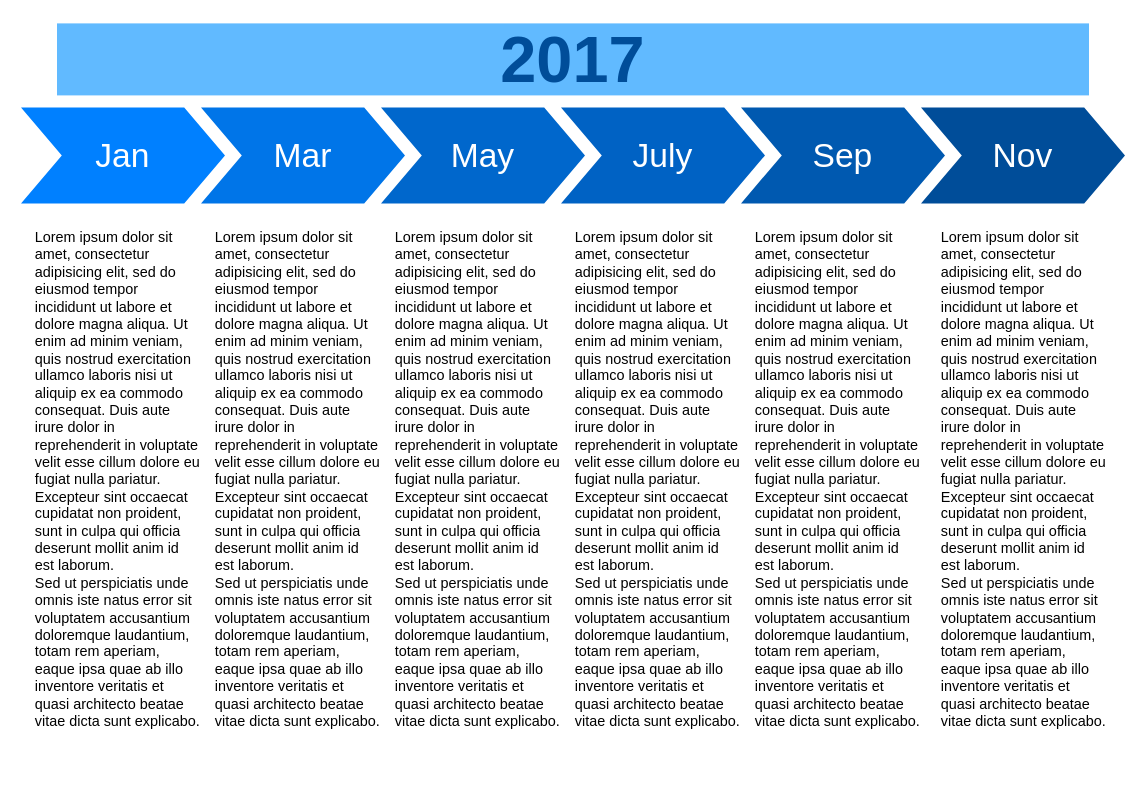
Before: postgraduation/test_time_sch.drawio in Thesoul20/daily-work, a draw.io diagram. Source tidied: cells renumbered, new cells numbered last; positions are measured from the earlier drawing's top-left corner, leaving out a move shared by most shapes. Both pictures are drawn from the tidied source at 120%, with x=0, y=0 at pixel (20, 23).
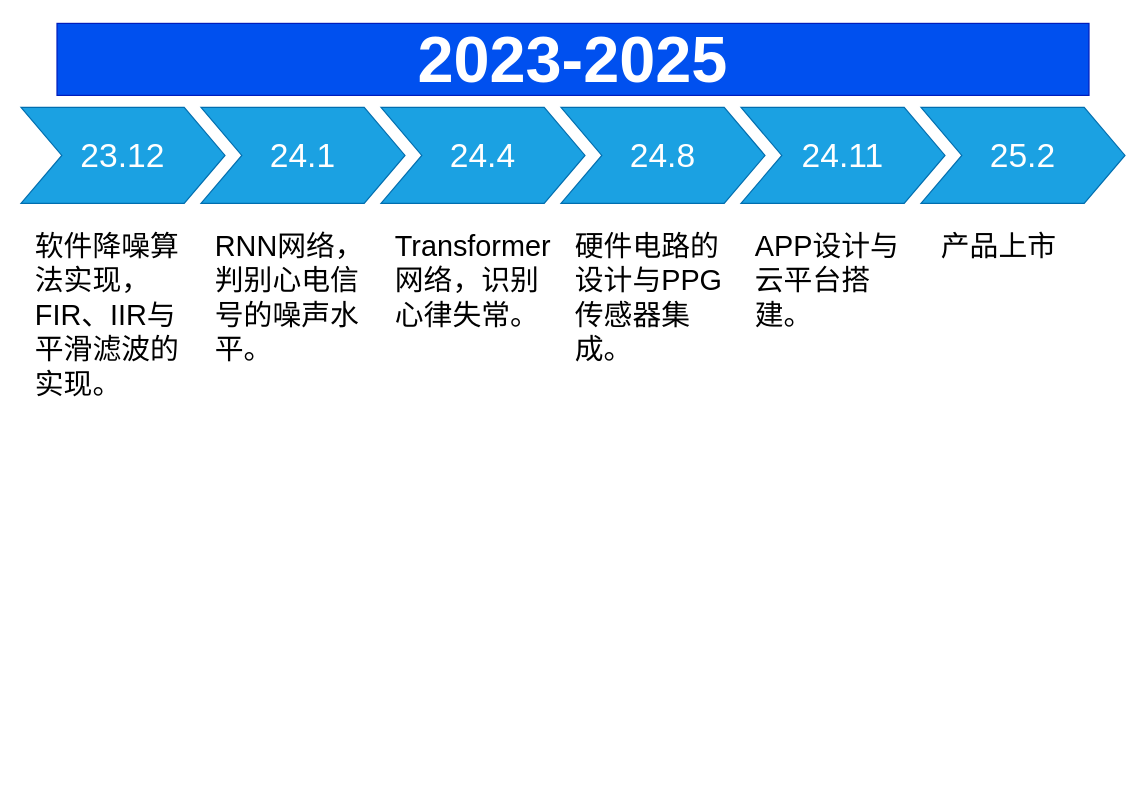
Above is the later version.

Commit message:
complete the design of schedule with in the class of 2023 sensor

Diff of the diagram source:
```diff
@@
 <mxGraphModel>
   <root>
     <mxCell id="0" />
     <mxCell id="1" parent="0" />
-    <mxCell id="2" value="Jan" style="shape=step;whiteSpace=wrap;html=1;fontSize=28;fillColor=#0080FF;fontColor=#FFFFFF;strokeColor=none;" parent="1" vertex="1">
+    <mxCell id="2" value="23.12" style="shape=step;whiteSpace=wrap;html=1;fontSize=28;fillColor=#1ba1e2;fontColor=#ffffff;strokeColor=#006EAF;" parent="1" vertex="1">
       <mxGeometry y="70" width="170" height="80" as="geometry" />
     </mxCell>
-    <mxCell id="3" value="Mar" style="shape=step;whiteSpace=wrap;html=1;fontSize=28;fillColor=#0075E8;fontColor=#FFFFFF;strokeColor=none;" parent="1" vertex="1">
+    <mxCell id="3" value="24.1" style="shape=step;whiteSpace=wrap;html=1;fontSize=28;fillColor=#1ba1e2;fontColor=#ffffff;strokeColor=#006EAF;" parent="1" vertex="1">
       <mxGeometry x="150" y="70" width="170" height="80" as="geometry" />
     </mxCell>
-    <mxCell id="4" value="May" style="shape=step;whiteSpace=wrap;html=1;fontSize=28;fillColor=#0067CC;fontColor=#FFFFFF;strokeColor=none;" parent="1" vertex="1">
+    <mxCell id="4" value="24.4" style="shape=step;whiteSpace=wrap;html=1;fontSize=28;fillColor=#1ba1e2;fontColor=#ffffff;strokeColor=#006EAF;" parent="1" vertex="1">
       <mxGeometry x="300" y="70" width="170" height="80" as="geometry" />
     </mxCell>
-    <mxCell id="5" value="July" style="shape=step;whiteSpace=wrap;html=1;fontSize=28;fillColor=#0062C4;fontColor=#FFFFFF;strokeColor=none;" parent="1" vertex="1">
+    <mxCell id="5" value="24.8" style="shape=step;whiteSpace=wrap;html=1;fontSize=28;fillColor=#1ba1e2;fontColor=#ffffff;strokeColor=#006EAF;" parent="1" vertex="1">
       <mxGeometry x="450" y="70" width="170" height="80" as="geometry" />
     </mxCell>
-    <mxCell id="6" value="Sep" style="shape=step;whiteSpace=wrap;html=1;fontSize=28;fillColor=#0059B0;fontColor=#FFFFFF;strokeColor=none;" parent="1" vertex="1">
+    <mxCell id="6" value="24.11" style="shape=step;whiteSpace=wrap;html=1;fontSize=28;fillColor=#1ba1e2;fontColor=#ffffff;strokeColor=#006EAF;" parent="1" vertex="1">
       <mxGeometry x="600" y="70" width="170" height="80" as="geometry" />
     </mxCell>
-    <mxCell id="7" value="Nov" style="shape=step;whiteSpace=wrap;html=1;fontSize=28;fillColor=#004D99;fontColor=#FFFFFF;strokeColor=none;" parent="1" vertex="1">
+    <mxCell id="7" value="25.2" style="shape=step;whiteSpace=wrap;html=1;fontSize=28;fillColor=#1ba1e2;fontColor=#ffffff;strokeColor=#006EAF;" parent="1" vertex="1">
       <mxGeometry x="750" y="70" width="170" height="80" as="geometry" />
     </mxCell>
-    <mxCell id="8" value="2017" style="text;html=1;strokeColor=none;fillColor=#61BAFF;align=center;verticalAlign=middle;whiteSpace=wrap;fontSize=54;fontStyle=1;fontColor=#004D99;" parent="1" vertex="1">
+    <mxCell id="8" value="2023-2025" style="text;html=1;strokeColor=#001DBC;fillColor=#0050ef;align=center;verticalAlign=middle;whiteSpace=wrap;fontSize=54;fontStyle=1;fontColor=#ffffff;" parent="1" vertex="1">
       <mxGeometry x="30" width="860" height="60" as="geometry" />
     </mxCell>
-    <mxCell id="9" value="Lorem ipsum dolor sit amet, consectetur adipisicing elit, sed do eiusmod tempor incididunt ut labore et dolore magna aliqua. Ut enim ad minim veniam, quis nostrud exercitation ullamco laboris nisi ut aliquip ex ea commodo consequat. Duis aute irure dolor in reprehenderit in voluptate velit esse cillum dolore eu fugiat nulla pariatur. Excepteur sint occaecat cupidatat non proident, sunt in culpa qui officia deserunt mollit anim id est laborum.&lt;br&gt;Sed ut perspiciatis unde omnis iste natus error sit voluptatem accusantium doloremque laudantium, totam rem aperiam, eaque ipsa quae ab illo inventore veritatis et quasi architecto beatae vitae dicta sunt explicabo." style="text;spacingTop=-5;fillColor=#ffffff;whiteSpace=wrap;html=1;align=left;fontSize=12;fontFamily=Helvetica;fillColor=none;strokeColor=none;" parent="1" vertex="1">
+    <mxCell id="9" value="&lt;font style=&quot;font-size: 24px;&quot;&gt;软件降噪算法实现，FIR、IIR与平滑滤波的实现。&lt;/font&gt;" style="text;spacingTop=-5;fillColor=#ffffff;whiteSpace=wrap;html=1;align=left;fontSize=12;fontFamily=Helvetica;fillColor=none;strokeColor=none;" parent="1" vertex="1">
       <mxGeometry x="10" y="170" width="140" height="470" as="geometry" />
     </mxCell>
-    <mxCell id="10" value="Lorem ipsum dolor sit amet, consectetur adipisicing elit, sed do eiusmod tempor incididunt ut labore et dolore magna aliqua. Ut enim ad minim veniam, quis nostrud exercitation ullamco laboris nisi ut aliquip ex ea commodo consequat. Duis aute irure dolor in reprehenderit in voluptate velit esse cillum dolore eu fugiat nulla pariatur. Excepteur sint occaecat cupidatat non proident, sunt in culpa qui officia deserunt mollit anim id est laborum.&lt;br&gt;Sed ut perspiciatis unde omnis iste natus error sit voluptatem accusantium doloremque laudantium, totam rem aperiam, eaque ipsa quae ab illo inventore veritatis et quasi architecto beatae vitae dicta sunt explicabo." style="text;spacingTop=-5;fillColor=#ffffff;whiteSpace=wrap;html=1;align=left;fontSize=12;fontFamily=Helvetica;fillColor=none;strokeColor=none;" parent="1" vertex="1">
+    <mxCell id="10" value="&lt;font style=&quot;font-size: 24px;&quot;&gt;RNN网络，判别心电信号的噪声水平。&lt;/font&gt;" style="text;spacingTop=-5;fillColor=#ffffff;whiteSpace=wrap;html=1;align=left;fontSize=12;fontFamily=Helvetica;fillColor=none;strokeColor=none;" parent="1" vertex="1">
       <mxGeometry x="160" y="170" width="140" height="470" as="geometry" />
     </mxCell>
-    <mxCell id="11" value="Lorem ipsum dolor sit amet, consectetur adipisicing elit, sed do eiusmod tempor incididunt ut labore et dolore magna aliqua. Ut enim ad minim veniam, quis nostrud exercitation ullamco laboris nisi ut aliquip ex ea commodo consequat. Duis aute irure dolor in reprehenderit in voluptate velit esse cillum dolore eu fugiat nulla pariatur. Excepteur sint occaecat cupidatat non proident, sunt in culpa qui officia deserunt mollit anim id est laborum.&lt;br&gt;Sed ut perspiciatis unde omnis iste natus error sit voluptatem accusantium doloremque laudantium, totam rem aperiam, eaque ipsa quae ab illo inventore veritatis et quasi architecto beatae vitae dicta sunt explicabo." style="text;spacingTop=-5;fillColor=#ffffff;whiteSpace=wrap;html=1;align=left;fontSize=12;fontFamily=Helvetica;fillColor=none;strokeColor=none;" parent="1" vertex="1">
+    <mxCell id="11" value="&lt;font style=&quot;font-size: 24px;&quot;&gt;Transformer网络，识别心律失常。&lt;/font&gt;" style="text;spacingTop=-5;fillColor=#ffffff;whiteSpace=wrap;html=1;align=left;fontSize=12;fontFamily=Helvetica;fillColor=none;strokeColor=none;" parent="1" vertex="1">
       <mxGeometry x="310" y="170" width="140" height="470" as="geometry" />
     </mxCell>
-    <mxCell id="12" value="Lorem ipsum dolor sit amet, consectetur adipisicing elit, sed do eiusmod tempor incididunt ut labore et dolore magna aliqua. Ut enim ad minim veniam, quis nostrud exercitation ullamco laboris nisi ut aliquip ex ea commodo consequat. Duis aute irure dolor in reprehenderit in voluptate velit esse cillum dolore eu fugiat nulla pariatur. Excepteur sint occaecat cupidatat non proident, sunt in culpa qui officia deserunt mollit anim id est laborum.&lt;br&gt;Sed ut perspiciatis unde omnis iste natus error sit voluptatem accusantium doloremque laudantium, totam rem aperiam, eaque ipsa quae ab illo inventore veritatis et quasi architecto beatae vitae dicta sunt explicabo." style="text;spacingTop=-5;fillColor=#ffffff;whiteSpace=wrap;html=1;align=left;fontSize=12;fontFamily=Helvetica;fillColor=none;strokeColor=none;" parent="1" vertex="1">
+    <mxCell id="12" value="&lt;font style=&quot;font-size: 24px;&quot;&gt;硬件电路的设计与PPG传感器集成。&lt;/font&gt;" style="text;spacingTop=-5;fillColor=#ffffff;whiteSpace=wrap;html=1;align=left;fontSize=12;fontFamily=Helvetica;fillColor=none;strokeColor=none;" parent="1" vertex="1">
       <mxGeometry x="460" y="170" width="140" height="470" as="geometry" />
     </mxCell>
-    <mxCell id="13" value="Lorem ipsum dolor sit amet, consectetur adipisicing elit, sed do eiusmod tempor incididunt ut labore et dolore magna aliqua. Ut enim ad minim veniam, quis nostrud exercitation ullamco laboris nisi ut aliquip ex ea commodo consequat. Duis aute irure dolor in reprehenderit in voluptate velit esse cillum dolore eu fugiat nulla pariatur. Excepteur sint occaecat cupidatat non proident, sunt in culpa qui officia deserunt mollit anim id est laborum.&lt;br&gt;Sed ut perspiciatis unde omnis iste natus error sit voluptatem accusantium doloremque laudantium, totam rem aperiam, eaque ipsa quae ab illo inventore veritatis et quasi architecto beatae vitae dicta sunt explicabo." style="text;spacingTop=-5;fillColor=#ffffff;whiteSpace=wrap;html=1;align=left;fontSize=12;fontFamily=Helvetica;fillColor=none;strokeColor=none;" parent="1" vertex="1">
+    <mxCell id="13" value="&lt;font style=&quot;font-size: 24px;&quot;&gt;APP设计与云平台搭建。&lt;/font&gt;" style="text;spacingTop=-5;fillColor=#ffffff;whiteSpace=wrap;html=1;align=left;fontSize=12;fontFamily=Helvetica;fillColor=none;strokeColor=none;" parent="1" vertex="1">
       <mxGeometry x="610" y="170" width="140" height="470" as="geometry" />
     </mxCell>
-    <mxCell id="14" value="Lorem ipsum dolor sit amet, consectetur adipisicing elit, sed do eiusmod tempor incididunt ut labore et dolore magna aliqua. Ut enim ad minim veniam, quis nostrud exercitation ullamco laboris nisi ut aliquip ex ea commodo consequat. Duis aute irure dolor in reprehenderit in voluptate velit esse cillum dolore eu fugiat nulla pariatur. Excepteur sint occaecat cupidatat non proident, sunt in culpa qui officia deserunt mollit anim id est laborum.&lt;br&gt;Sed ut perspiciatis unde omnis iste natus error sit voluptatem accusantium doloremque laudantium, totam rem aperiam, eaque ipsa quae ab illo inventore veritatis et quasi architecto beatae vitae dicta sunt explicabo." style="text;spacingTop=-5;fillColor=#ffffff;whiteSpace=wrap;html=1;align=left;fontSize=12;fontFamily=Helvetica;fillColor=none;strokeColor=none;" parent="1" vertex="1">
+    <mxCell id="14" value="&lt;font style=&quot;font-size: 24px;&quot;&gt;产品上市&lt;/font&gt;" style="text;spacingTop=-5;fillColor=#ffffff;whiteSpace=wrap;html=1;align=left;fontSize=12;fontFamily=Helvetica;fillColor=none;strokeColor=none;" parent="1" vertex="1">
       <mxGeometry x="765" y="170" width="140" height="470" as="geometry" />
     </mxCell>
   </root>
 </mxGraphModel>
```
